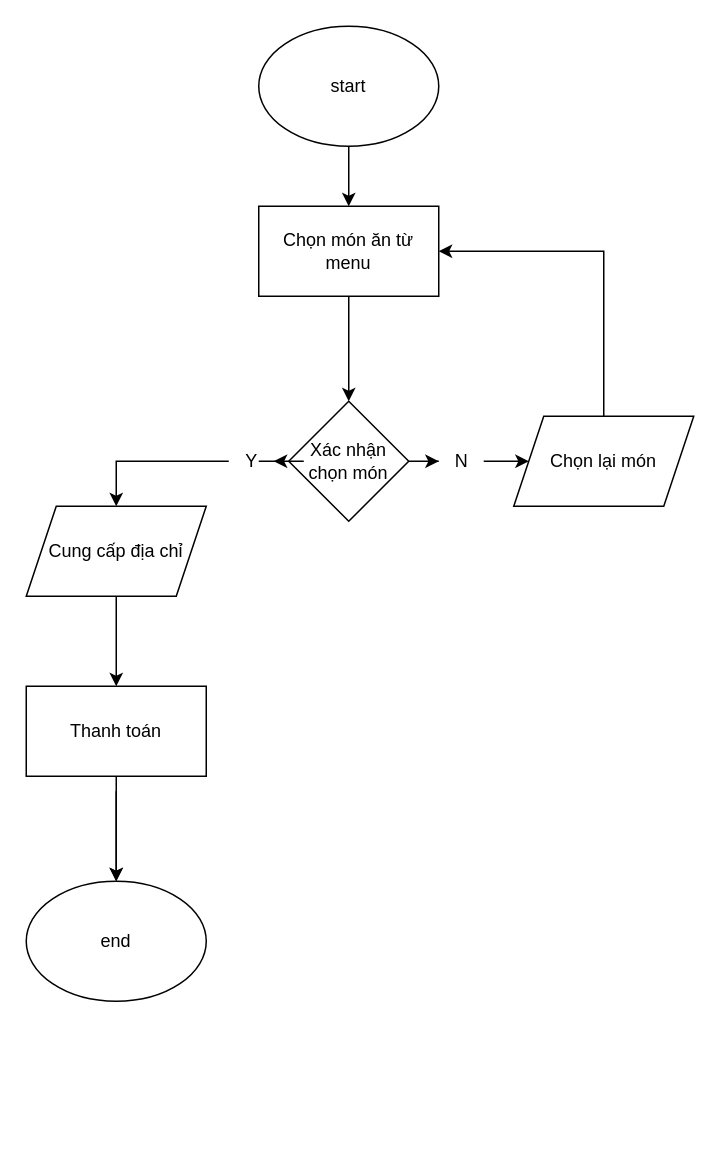
The draw.io diagram b1.drawio in nhuquynh207/nguyennhuquynh_B25DTCN257_it108_session4_btvn, before the edit. Source tidied: cells renumbered, new cells numbered last; positions are measured from the earlier drawing's top-left corner, leaving out a move shared by most shapes. Both pictures are drawn from the tidied source at 150%, with x=0, y=0 at pixel (26, 26).
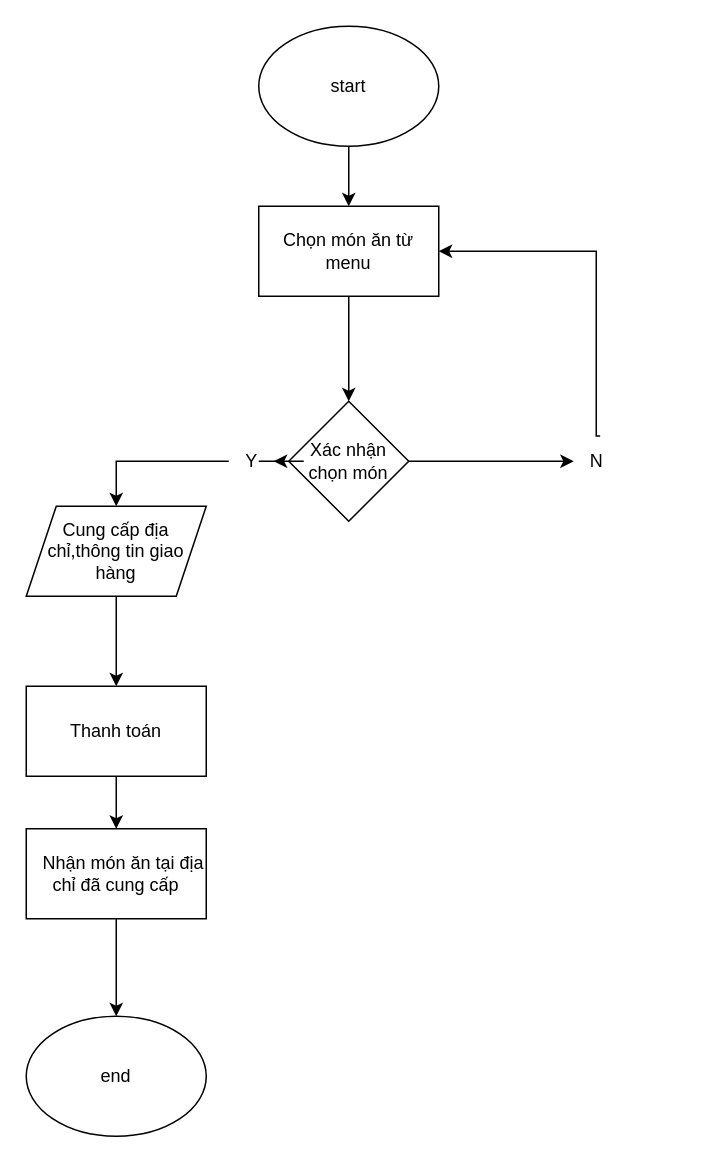
The same diagram, later.

Commit message:
Cập nhật b1.drawio

Unchanged cells that the change refers to:
```xml
<mxCell id="11" value="Thanh toán" style="whiteSpace=wrap;html=1;" parent="1" vertex="1">
  <mxGeometry y="440" width="120" height="60" as="geometry" />
</mxCell>
<mxCell id="15" value="Chọn món ăn từ menu" style="rounded=0;whiteSpace=wrap;html=1;" parent="1" vertex="1">
  <mxGeometry x="155" y="120" width="120" height="60" as="geometry" />
</mxCell>
```

The edit, as a diff of the source:
```diff
@@
-    <mxCell id="5" style="edgeStyle=orthogonalEdgeStyle;rounded=0;jettySize=auto;html=1;" parent="1" edge="1" source="19" target="8">
-      <mxGeometry relative="1" as="geometry" />
+    <mxCell id="5" style="edgeStyle=orthogonalEdgeStyle;rounded=0;jettySize=auto;html=1;exitX=0.587;exitY=-0.06;exitDx=0;exitDy=0;exitPerimeter=0;" parent="1" edge="1" source="19" target="15">
+      <mxGeometry relative="1" as="geometry">
+        <Array as="points">
+          <mxPoint x="380" y="273" />
+          <mxPoint x="380" y="150" />
+        </Array>
+      </mxGeometry>
     </mxCell>
@@
-    <mxCell id="8" value="Chọn lại món" style="shape=parallelogram;perimeter=parallelogramPerimeter;whiteSpace=wrap;html=1;fixedSize=1;" parent="1" vertex="1">
-      <mxGeometry x="325" y="260" width="120" height="60" as="geometry" />
-    </mxCell>
@@
-    <mxCell id="10" style="edgeStyle=orthogonalEdgeStyle;rounded=0;jettySize=auto;html=1;" parent="1" edge="1" source="11" target="12">
+    <mxCell id="10" style="edgeStyle=orthogonalEdgeStyle;rounded=0;jettySize=auto;html=1;" parent="1" edge="1" source="21" target="12">
       <mxGeometry relative="1" as="geometry" />
     </mxCell>
@@
     <mxCell id="12" value="end" style="ellipse;whiteSpace=wrap;html=1;" parent="1" vertex="1">
-      <mxGeometry y="570" width="120" height="80" as="geometry" />
+      <mxGeometry y="660" width="120" height="80" as="geometry" />
     </mxCell>
-    <mxCell id="13" style="endArrow=classic;html=1;rounded=0;" parent="1" edge="1" target="12">
-      <mxGeometry relative="1" as="geometry">
-        <mxPoint x="60" y="510" as="sourcePoint" />
-      </mxGeometry>
+    <mxCell id="13" style="endArrow=classic;html=1;rounded=0;" parent="1" edge="1" source="11" target="21">
+      <mxGeometry relative="1" as="geometry" />
     </mxCell>
-    <mxCell id="14" style="endArrow=classic;html=1;rounded=0;" parent="1" edge="1" source="8" target="15">
-      <mxGeometry relative="1" as="geometry">
-        <Array as="points">
-          <mxPoint x="385" y="150" />
-        </Array>
-      </mxGeometry>
-    </mxCell>
@@
     <mxCell id="19" value="N" style="text;html=1;align=center;verticalAlign=middle;points=[];strokeColor=none;fillColor=none;" parent="1" vertex="1">
-      <mxGeometry x="275" y="275" width="30" height="30" as="geometry" />
+      <mxGeometry x="365" y="275" width="30" height="30" as="geometry" />
     </mxCell>
-    <mxCell id="20" value="Cung cấp địa chỉ" style="shape=parallelogram;perimeter=parallelogramPerimeter;whiteSpace=wrap;html=1;fixedSize=1;" parent="1" vertex="1">
+    <mxCell id="20" value="Cung cấp địa chỉ,thông tin giao hàng" style="shape=parallelogram;perimeter=parallelogramPerimeter;whiteSpace=wrap;html=1;fixedSize=1;" parent="1" vertex="1">
       <mxGeometry y="320" width="120" height="60" as="geometry" />
     </mxCell>
+    <mxCell id="21" value="&amp;nbsp; &amp;nbsp;Nhận món ăn tại địa chỉ đã cung cấp" style="rounded=0;whiteSpace=wrap;html=1;" parent="1" vertex="1">
+      <mxGeometry y="535" width="120" height="60" as="geometry" />
+    </mxCell>
```
